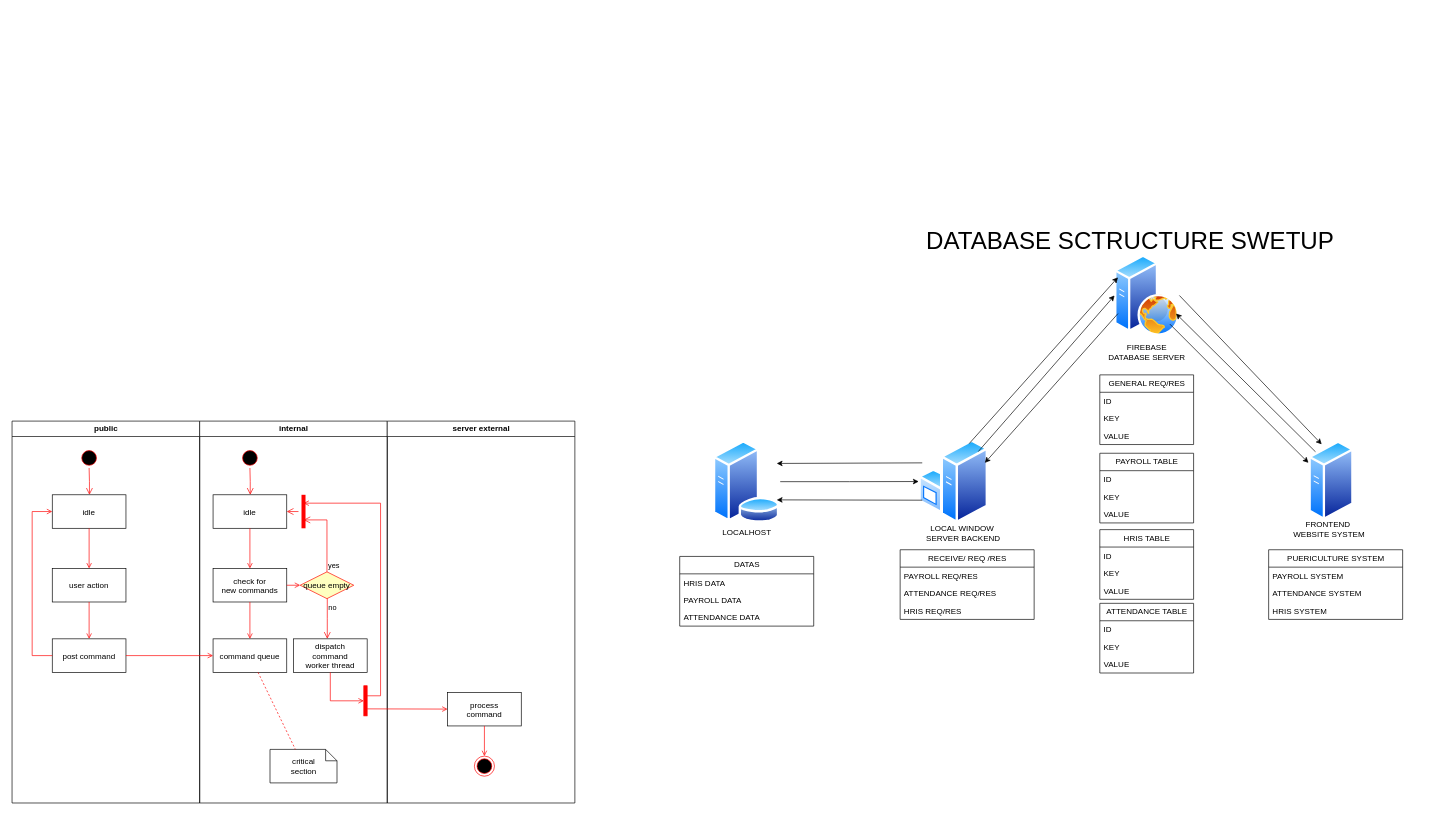
Before: ducuments/FLOWCHART/PUERICULTURE.drawio in ManCoders/puericulture-man, a draw.io diagram. Source tidied: cells renumbered, new cells numbered last; positions are measured from the earlier drawing's top-left corner, leaving out a move shared by most shapes. Both pictures are drawn from the tidied source at 67%, with x=0, y=0 at pixel (11, 221).
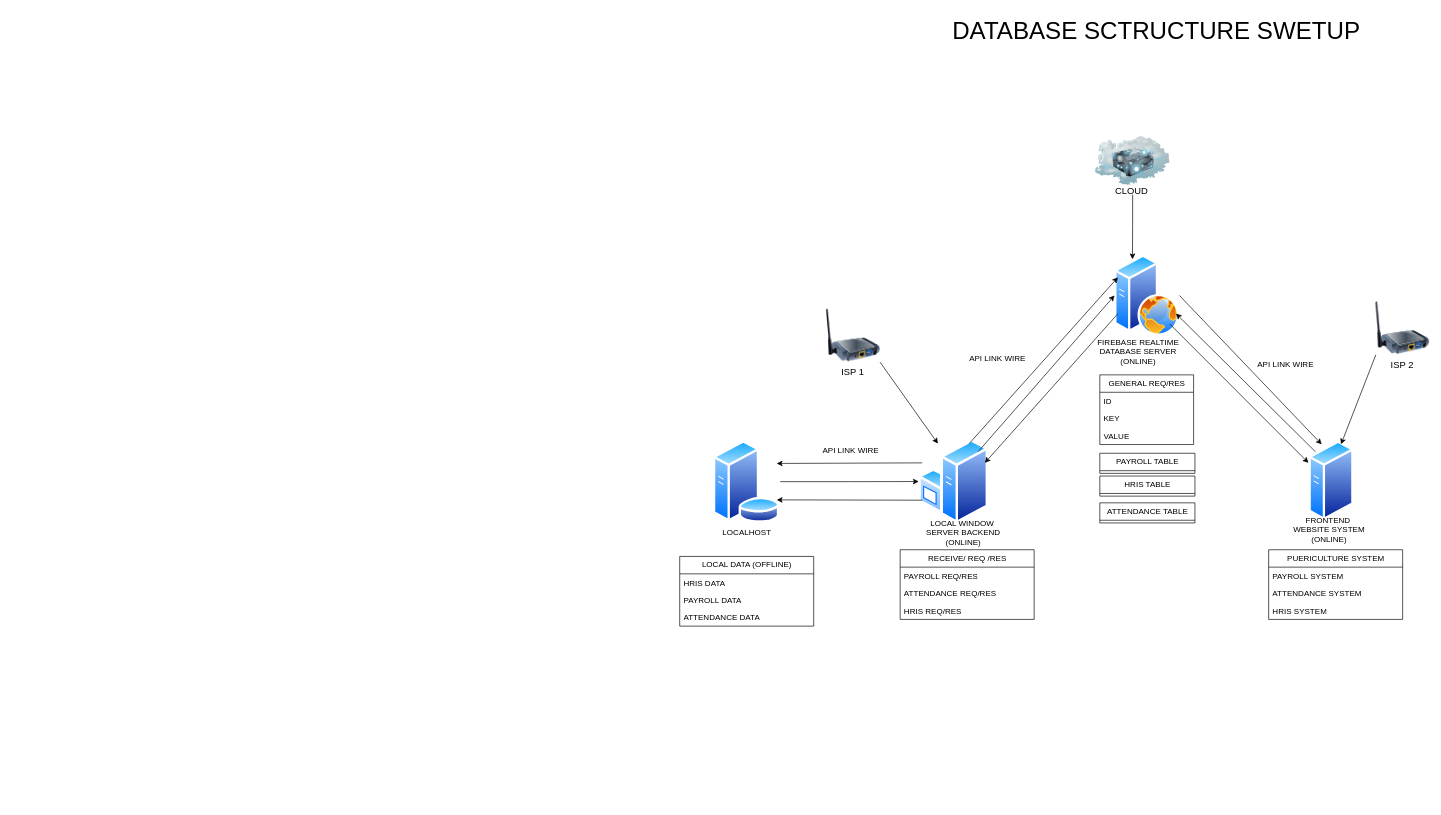
Above is the later version.

Unchanged cells that the change refers to:
```xml
<mxCell id="42" style="image;perimeter=ellipsePerimeter;html=1;align=center;shadow=0;dashed=0;spacingTop=3;image=img/lib/active_directory/web_server.svg;" parent="40" vertex="1">
  <mxGeometry width="96.8" height="121" as="geometry" />
</mxCell>
<mxCell id="44" style="image;perimeter=ellipsePerimeter;html=1;align=center;shadow=0;dashed=0;spacingTop=3;image=img/lib/active_directory/windows_server.svg;" parent="43" vertex="1">
  <mxGeometry width="104" height="126.8" as="geometry" />
</mxCell>
<mxCell id="47" style="image;perimeter=ellipsePerimeter;html=1;align=center;shadow=0;dashed=0;spacingTop=3;image=img/lib/active_directory/generic_server.svg;" parent="1" vertex="1">
  <mxGeometry x="1936" y="326.8" width="67.2" height="120" as="geometry" />
</mxCell>
```

The edit, as a diff of the source:
```diff
@@
-    <mxCell id="2" value="public" style="swimlane;whiteSpace=wrap;" parent="1" vertex="1">
-      <mxGeometry x="0.5" y="298" width="280" height="570" as="geometry" />
-    </mxCell>
-    <mxCell id="3" style="ellipse;shape=startState;fillColor=#000000;strokeColor=#ff0000;" parent="2" vertex="1">
-      <mxGeometry x="100" y="40" width="30" height="30" as="geometry" />
-    </mxCell>
-    <mxCell id="4" style="edgeStyle=elbowEdgeStyle;elbow=horizontal;verticalAlign=bottom;endArrow=open;endSize=8;strokeColor=#FF0000;endFill=1;rounded=0;" parent="2" edge="1" source="3" target="5">
-      <mxGeometry x="100" y="40" as="geometry" />
-    </mxCell>
-    <mxCell id="5" value="idle" parent="2" vertex="1">
-      <mxGeometry x="60" y="110" width="110" height="50" as="geometry" />
-    </mxCell>
-    <mxCell id="6" value="user action" parent="2" vertex="1">
-      <mxGeometry x="60" y="220" width="110" height="50" as="geometry" />
-    </mxCell>
-    <mxCell id="7" style="endArrow=open;strokeColor=#FF0000;endFill=1;rounded=0;" parent="2" edge="1" source="5" target="6">
-      <mxGeometry relative="1" as="geometry" />
-    </mxCell>
-    <mxCell id="8" value="post command" parent="2" vertex="1">
-      <mxGeometry x="60" y="325" width="110" height="50" as="geometry" />
-    </mxCell>
-    <mxCell id="9" style="endArrow=open;strokeColor=#FF0000;endFill=1;rounded=0;" parent="2" edge="1" source="6" target="8">
-      <mxGeometry relative="1" as="geometry" />
-    </mxCell>
-    <mxCell id="10" style="edgeStyle=elbowEdgeStyle;elbow=horizontal;strokeColor=#FF0000;endArrow=open;endFill=1;rounded=0;" parent="2" edge="1" source="8" target="5">
-      <mxGeometry relative="1" as="geometry">
-        <Array as="points">
-          <mxPoint x="30" y="250" />
-        </Array>
-      </mxGeometry>
-    </mxCell>
-    <mxCell id="11" value="internal" style="swimlane;whiteSpace=wrap;" parent="1" vertex="1">
-      <mxGeometry x="280.5" y="298" width="280" height="570" as="geometry" />
-    </mxCell>
-    <mxCell id="12" style="ellipse;shape=startState;fillColor=#000000;strokeColor=#ff0000;" parent="11" vertex="1">
-      <mxGeometry x="60" y="40" width="30" height="30" as="geometry" />
-    </mxCell>
-    <mxCell id="13" style="edgeStyle=elbowEdgeStyle;elbow=horizontal;verticalAlign=bottom;endArrow=open;endSize=8;strokeColor=#FF0000;endFill=1;rounded=0;" parent="11" edge="1" source="12" target="14">
-      <mxGeometry x="40" y="20" as="geometry" />
-    </mxCell>
-    <mxCell id="14" value="idle" parent="11" vertex="1">
-      <mxGeometry x="20" y="110" width="110" height="50" as="geometry" />
-    </mxCell>
-    <mxCell id="15" value="check for &#10;new commands" parent="11" vertex="1">
-      <mxGeometry x="20" y="220" width="110" height="50" as="geometry" />
-    </mxCell>
-    <mxCell id="16" style="endArrow=open;strokeColor=#FF0000;endFill=1;rounded=0;" parent="11" edge="1" source="14" target="15">
-      <mxGeometry relative="1" as="geometry" />
-    </mxCell>
-    <mxCell id="17" value="command queue" parent="11" vertex="1">
-      <mxGeometry x="20" y="325" width="110" height="50" as="geometry" />
-    </mxCell>
-    <mxCell id="18" style="endArrow=open;strokeColor=#FF0000;endFill=1;rounded=0;" parent="11" edge="1" source="15" target="17">
-      <mxGeometry relative="1" as="geometry" />
-    </mxCell>
-    <mxCell id="19" value="queue empty" style="rhombus;fillColor=#ffffc0;strokeColor=#ff0000;" parent="11" vertex="1">
-      <mxGeometry x="150" y="225" width="80" height="40" as="geometry" />
-    </mxCell>
-    <mxCell id="20" value="yes" style="edgeStyle=elbowEdgeStyle;elbow=horizontal;align=left;verticalAlign=bottom;endArrow=open;endSize=8;strokeColor=#FF0000;exitX=0.5;exitY=0;endFill=1;rounded=0;entryX=0.75;entryY=0.5;entryPerimeter=0;" parent="11" edge="1" source="19" target="23">
-      <mxGeometry x="-1" relative="1" as="geometry">
-        <Array as="points">
-          <mxPoint x="190" y="180" />
-        </Array>
-      </mxGeometry>
-    </mxCell>
-    <mxCell id="21" value="no" style="edgeStyle=elbowEdgeStyle;elbow=horizontal;align=left;verticalAlign=top;endArrow=open;endSize=8;strokeColor=#FF0000;endFill=1;rounded=0;" parent="11" edge="1" source="19" target="25">
-      <mxGeometry x="-1" relative="1" as="geometry" />
-    </mxCell>
-    <mxCell id="22" style="endArrow=open;strokeColor=#FF0000;endFill=1;rounded=0;" parent="11" edge="1" source="15" target="19">
-      <mxGeometry relative="1" as="geometry" />
-    </mxCell>
-    <mxCell id="23" style="shape=line;strokeWidth=6;strokeColor=#ff0000;rotation=90;" parent="11" vertex="1">
-      <mxGeometry x="130" y="127.5" width="50" height="15" as="geometry" />
-    </mxCell>
-    <mxCell id="24" style="edgeStyle=elbowEdgeStyle;elbow=horizontal;verticalAlign=bottom;endArrow=open;endSize=8;strokeColor=#FF0000;endFill=1;rounded=0;" parent="11" edge="1" source="23" target="14">
-      <mxGeometry x="130" y="90" as="geometry" />
-    </mxCell>
-    <mxCell id="25" value="dispatch&#10;command&#10;worker thread" parent="11" vertex="1">
-      <mxGeometry x="140" y="325" width="110" height="50" as="geometry" />
-    </mxCell>
-    <mxCell id="26" value="critical&#10;section" style="shape=note;whiteSpace=wrap;size=17;" parent="11" vertex="1">
-      <mxGeometry x="105" y="490" width="100" height="50" as="geometry" />
-    </mxCell>
-    <mxCell id="27" style="endArrow=none;strokeColor=#FF0000;endFill=0;rounded=0;dashed=1;" parent="11" edge="1" source="17" target="26">
-      <mxGeometry relative="1" as="geometry" />
-    </mxCell>
-    <mxCell id="28" style="whiteSpace=wrap;strokeColor=#FF0000;fillColor=#FF0000;" parent="11" vertex="1">
-      <mxGeometry x="245" y="395" width="5" height="45" as="geometry" />
-    </mxCell>
-    <mxCell id="29" style="edgeStyle=elbowEdgeStyle;elbow=horizontal;entryX=0;entryY=0.5;strokeColor=#FF0000;endArrow=open;endFill=1;rounded=0;" parent="11" edge="1" source="25" target="28">
-      <mxGeometry relative="1" as="geometry">
-        <Array as="points">
-          <mxPoint x="195" y="400" />
-        </Array>
-      </mxGeometry>
-    </mxCell>
-    <mxCell id="30" value="server external" style="swimlane;whiteSpace=wrap;" parent="1" vertex="1">
-      <mxGeometry x="560.5" y="298" width="280" height="570" as="geometry" />
-    </mxCell>
-    <mxCell id="31" value="process&#10;command" parent="30" vertex="1">
-      <mxGeometry x="90" y="405" width="110" height="50" as="geometry" />
-    </mxCell>
-    <mxCell id="32" style="edgeStyle=elbowEdgeStyle;elbow=horizontal;strokeColor=#FF0000;endArrow=open;endFill=1;rounded=0;entryX=0.25;entryY=0.5;entryPerimeter=0;" parent="30" edge="1" target="23">
-      <mxGeometry relative="1" as="geometry">
-        <mxPoint x="-30" y="410" as="sourcePoint" />
-        <Array as="points">
-          <mxPoint x="-10" y="135" />
-        </Array>
-      </mxGeometry>
-    </mxCell>
-    <mxCell id="33" style="edgeStyle=none;strokeColor=#FF0000;endArrow=open;endFill=1;rounded=0;" parent="30" edge="1" target="31">
-      <mxGeometry relative="1" as="geometry">
-        <mxPoint x="-30" y="429.5" as="sourcePoint" />
-      </mxGeometry>
-    </mxCell>
-    <mxCell id="34" style="ellipse;shape=endState;fillColor=#000000;strokeColor=#ff0000;" parent="30" vertex="1">
-      <mxGeometry x="130" y="500" width="30" height="30" as="geometry" />
-    </mxCell>
-    <mxCell id="35" style="endArrow=open;strokeColor=#FF0000;endFill=1;rounded=0;" parent="30" edge="1" source="31" target="34">
-      <mxGeometry relative="1" as="geometry" />
-    </mxCell>
-    <mxCell id="36" style="endArrow=open;strokeColor=#FF0000;endFill=1;rounded=0;" parent="1" edge="1" source="8" target="17">
-      <mxGeometry relative="1" as="geometry" />
-    </mxCell>
@@
     <mxCell id="40" style="group;" parent="1" vertex="1">
-      <mxGeometry x="1646" y="50" width="118.4" height="165" as="geometry" />
+      <mxGeometry x="1646" y="50" width="123.4" height="175" as="geometry" />
     </mxCell>
-    <mxCell id="41" value="FIREBASE&lt;div&gt;DATABASE SERVER&lt;/div&gt;" style="text;html=1;align=center;verticalAlign=middle;strokeColor=none;fillColor=none;" parent="40" vertex="1">
-      <mxGeometry x="-21.6" y="125" width="140" height="40" as="geometry" />
+    <mxCell id="41" value="FIREBASE REALTIME&lt;div&gt;DATABASE SERVER&lt;/div&gt;&lt;div&gt;(ONLINE)&lt;/div&gt;" style="text;html=1;align=center;verticalAlign=middle;strokeColor=none;fillColor=none;" parent="40" vertex="1">
+      <mxGeometry x="-40" y="115" width="150" height="60" as="geometry" />
     </mxCell>
@@
     <mxCell id="43" style="group;" parent="1" vertex="1">
-      <mxGeometry x="1353.7" y="324.8" width="131.4" height="160" as="geometry" />
+      <mxGeometry x="1353.7" y="324.8" width="131.4" height="170" as="geometry" />
     </mxCell>
@@
-    <mxCell id="45" value="LOCAL WINDOW&amp;nbsp;&lt;div&gt;SERVER&amp;nbsp;&lt;span style=&quot;background-color: transparent; color: light-dark(rgb(0, 0, 0), rgb(255, 255, 255));&quot;&gt;BACKEND&lt;/span&gt;&lt;/div&gt;" style="text;html=1;align=center;verticalAlign=middle;strokeColor=none;fillColor=none;" parent="43" vertex="1">
-      <mxGeometry x="1.4" y="120" width="130" height="40" as="geometry" />
+    <mxCell id="45" value="LOCAL WINDOW&amp;nbsp;&lt;div&gt;SERVER&amp;nbsp;&lt;span style=&quot;background-color: transparent; color: light-dark(rgb(0, 0, 0), rgb(255, 255, 255));&quot;&gt;BACKEND&lt;/span&gt;&lt;/div&gt;&lt;div&gt;&lt;span style=&quot;background-color: transparent; color: light-dark(rgb(0, 0, 0), rgb(255, 255, 255));&quot;&gt;(ONLINE)&lt;/span&gt;&lt;/div&gt;" style="text;html=1;align=center;verticalAlign=middle;strokeColor=none;fillColor=none;" parent="43" vertex="1">
+      <mxGeometry x="1.4" y="110" width="130" height="60" as="geometry" />
     </mxCell>
@@
-    <mxCell id="48" value="FRONTEND&amp;nbsp;&lt;div&gt;WEBSITE SYSTEM&lt;/div&gt;" style="text;html=1;align=center;verticalAlign=middle;strokeColor=none;fillColor=none;" parent="1" vertex="1">
-      <mxGeometry x="1901" y="440" width="130" height="40" as="geometry" />
+    <mxCell id="48" value="FRONTEND&amp;nbsp;&lt;div&gt;WEBSITE SYSTEM&lt;br&gt;(ONLINE)&lt;/div&gt;" style="text;html=1;align=center;verticalAlign=middle;strokeColor=none;fillColor=none;" parent="1" vertex="1">
+      <mxGeometry x="1901" y="430" width="130" height="60" as="geometry" />
     </mxCell>
@@
-    <mxCell id="68" value="PAYROLL TABLE" style="swimlane;fontStyle=0;horizontal=1;startSize=26;fillColor=none;html=1;" parent="1" vertex="1">
-      <mxGeometry x="1624" y="346" width="140" height="104" as="geometry" />
+    <mxCell id="68" value="PAYROLL TABLE" style="swimlane;fontStyle=0;horizontal=1;startSize=26;fillColor=none;html=1;" parent="1" vertex="1" collapsed="1">
+      <mxGeometry x="1624" y="346" width="142" height="30" as="geometry" />
     </mxCell>
-    <mxCell id="69" value="ID" style="text;strokeColor=none;fillColor=none;align=left;verticalAlign=top;spacingLeft=4;spacingRight=4;overflow=hidden;whiteSpace=wrap;html=1;" parent="68" vertex="1">
-      <mxGeometry y="26" width="140" height="26" as="geometry" />
-    </mxCell>
-    <mxCell id="70" value="KEY" style="text;strokeColor=none;fillColor=none;align=left;verticalAlign=top;spacingLeft=4;spacingRight=4;overflow=hidden;whiteSpace=wrap;html=1;" parent="68" vertex="1">
-      <mxGeometry y="52" width="140" height="26" as="geometry" />
-    </mxCell>
-    <mxCell id="71" value="VALUE" style="text;strokeColor=none;fillColor=none;align=left;verticalAlign=top;spacingLeft=4;spacingRight=4;overflow=hidden;whiteSpace=wrap;html=1;" parent="68" vertex="1">
-      <mxGeometry y="78" width="140" height="26" as="geometry" />
-    </mxCell>
-    <mxCell id="72" value="HRIS TABLE" style="swimlane;fontStyle=0;horizontal=1;startSize=26;fillColor=none;html=1;" parent="1" vertex="1">
-      <mxGeometry x="1624" y="460" width="140" height="104" as="geometry" />
+    <mxCell id="72" value="HRIS TABLE" style="swimlane;fontStyle=0;horizontal=1;startSize=26;fillColor=none;html=1;" parent="1" vertex="1" collapsed="1">
+      <mxGeometry x="1624" y="380" width="142" height="30" as="geometry" />
     </mxCell>
-    <mxCell id="73" value="ID" style="text;strokeColor=none;fillColor=none;align=left;verticalAlign=top;spacingLeft=4;spacingRight=4;overflow=hidden;whiteSpace=wrap;html=1;" parent="72" vertex="1">
-      <mxGeometry y="26" width="140" height="26" as="geometry" />
-    </mxCell>
-    <mxCell id="74" value="KEY" style="text;strokeColor=none;fillColor=none;align=left;verticalAlign=top;spacingLeft=4;spacingRight=4;overflow=hidden;whiteSpace=wrap;html=1;" parent="72" vertex="1">
-      <mxGeometry y="52" width="140" height="26" as="geometry" />
-    </mxCell>
-    <mxCell id="75" value="VALUE" style="text;strokeColor=none;fillColor=none;align=left;verticalAlign=top;spacingLeft=4;spacingRight=4;overflow=hidden;whiteSpace=wrap;html=1;" parent="72" vertex="1">
-      <mxGeometry y="78" width="140" height="26" as="geometry" />
-    </mxCell>
-    <mxCell id="76" value="ATTENDANCE TABLE" style="swimlane;fontStyle=0;horizontal=1;startSize=26;fillColor=none;html=1;" parent="1" vertex="1">
-      <mxGeometry x="1624" y="570" width="140" height="104" as="geometry" />
+    <mxCell id="76" value="ATTENDANCE TABLE" style="swimlane;fontStyle=0;horizontal=1;startSize=26;fillColor=none;html=1;" parent="1" vertex="1" collapsed="1">
+      <mxGeometry x="1624" y="420" width="142" height="30" as="geometry" />
     </mxCell>
-    <mxCell id="77" value="ID" style="text;strokeColor=none;fillColor=none;align=left;verticalAlign=top;spacingLeft=4;spacingRight=4;overflow=hidden;whiteSpace=wrap;html=1;" parent="76" vertex="1">
-      <mxGeometry y="26" width="140" height="26" as="geometry" />
-    </mxCell>
-    <mxCell id="78" value="KEY" style="text;strokeColor=none;fillColor=none;align=left;verticalAlign=top;spacingLeft=4;spacingRight=4;overflow=hidden;whiteSpace=wrap;html=1;" parent="76" vertex="1">
-      <mxGeometry y="52" width="140" height="26" as="geometry" />
-    </mxCell>
-    <mxCell id="79" value="VALUE" style="text;strokeColor=none;fillColor=none;align=left;verticalAlign=top;spacingLeft=4;spacingRight=4;overflow=hidden;whiteSpace=wrap;html=1;" parent="76" vertex="1">
-      <mxGeometry y="78" width="140" height="26" as="geometry" />
-    </mxCell>
-    <mxCell id="80" value="DATAS" style="swimlane;fontStyle=0;horizontal=1;startSize=26;fillColor=none;html=1;" parent="1" vertex="1">
+    <mxCell id="80" value="LOCAL DATA (OFFLINE)" style="swimlane;fontStyle=0;horizontal=1;startSize=26;fillColor=none;html=1;" parent="1" vertex="1">
       <mxGeometry x="997" y="500" width="200" height="104" as="geometry" />
     </mxCell>
@@
     <mxCell id="84" value="&lt;font style=&quot;font-size: 36px;&quot;&gt;DATABASE SCTRUCTURE SWETUP&lt;/font&gt;&lt;div&gt;&lt;br&gt;&lt;/div&gt;" style="text;html=1;align=center;verticalAlign=middle;strokeColor=none;fillColor=none;" parent="1" vertex="1">
-      <mxGeometry x="1353.7" width="630" height="70" as="geometry" />
+      <mxGeometry x="1392.7" y="-313" width="630" height="70" as="geometry" />
     </mxCell>
+    <mxCell id="85" value="API LINK WIRE" style="text;html=1;align=center;verticalAlign=middle;strokeColor=none;fillColor=none;" parent="1" vertex="1">
+      <mxGeometry x="1416" y="190" width="110" height="30" as="geometry" />
+    </mxCell>
+    <mxCell id="86" value="API LINK WIRE" style="text;html=1;align=center;verticalAlign=middle;strokeColor=none;fillColor=none;" parent="1" vertex="1">
+      <mxGeometry x="1846" y="199" width="110" height="30" as="geometry" />
+    </mxCell>
+    <mxCell id="87" value="API LINK WIRE" style="text;html=1;align=center;verticalAlign=middle;strokeColor=none;fillColor=none;" parent="1" vertex="1">
+      <mxGeometry x="1197" y="326.8" width="110" height="30" as="geometry" />
+    </mxCell>
+    <mxCell id="88" style="rounded=0;jettySize=auto;html=1;exitX=1;exitY=1;exitDx=0;exitDy=0;entryX=0.25;entryY=0;entryDx=0;entryDy=0;" parent="1" edge="1" source="90" target="44">
+      <mxGeometry relative="1" as="geometry" />
+    </mxCell>
+    <mxCell id="89" style="group;" parent="1" vertex="1">
+      <mxGeometry x="1216" y="130" width="80" height="110" as="geometry" />
+    </mxCell>
+    <mxCell id="90" style="image;html=1;image=img/lib/clip_art/networking/Print_Server_Wireless_128x128.png;" parent="89" vertex="1">
+      <mxGeometry width="80" height="80" as="geometry" />
+    </mxCell>
+    <mxCell id="91" value="&lt;font style=&quot;font-size: 14px;&quot;&gt;ISP 1&lt;/font&gt;" style="text;html=1;align=center;verticalAlign=middle;strokeColor=none;fillColor=none;" parent="89" vertex="1">
+      <mxGeometry x="9" y="80" width="60" height="30" as="geometry" />
+    </mxCell>
+    <mxCell id="92" style="group;" parent="1" vertex="1">
+      <mxGeometry x="2036" y="119" width="80" height="110" as="geometry" />
+    </mxCell>
+    <mxCell id="93" style="image;html=1;image=img/lib/clip_art/networking/Print_Server_Wireless_128x128.png;" parent="92" vertex="1">
+      <mxGeometry width="80" height="80" as="geometry" />
+    </mxCell>
+    <mxCell id="94" value="&lt;font style=&quot;font-size: 14px;&quot;&gt;ISP 2&lt;/font&gt;" style="text;html=1;align=center;verticalAlign=middle;strokeColor=none;fillColor=none;" parent="92" vertex="1">
+      <mxGeometry x="9" y="80" width="60" height="30" as="geometry" />
+    </mxCell>
+    <mxCell id="95" style="rounded=0;jettySize=auto;html=1;exitX=0;exitY=1;exitDx=0;exitDy=0;entryX=0.75;entryY=0;entryDx=0;entryDy=0;" parent="1" edge="1" source="93" target="47">
+      <mxGeometry relative="1" as="geometry" />
+    </mxCell>
+    <mxCell id="96" style="group;" parent="1" vertex="1">
+      <mxGeometry x="1617" y="-140" width="112" height="110" as="geometry" />
+    </mxCell>
+    <mxCell id="97" style="image;html=1;image=img/lib/clip_art/networking/Cloud_Server_128x128.png;" parent="96" vertex="1">
+      <mxGeometry width="112" height="100" as="geometry" />
+    </mxCell>
+    <mxCell id="98" value="&lt;font style=&quot;font-size: 14px;&quot;&gt;CLOUD&amp;nbsp;&lt;/font&gt;" style="text;html=1;align=center;verticalAlign=middle;strokeColor=none;fillColor=none;" parent="96" vertex="1">
+      <mxGeometry x="16" y="80" width="80" height="30" as="geometry" />
+    </mxCell>
+    <mxCell id="99" style="edgeStyle=orthogonalEdgeStyle;rounded=0;jettySize=auto;html=1;exitX=0.5;exitY=1;exitDx=0;exitDy=0;entryX=0.25;entryY=0;entryDx=0;entryDy=0;" parent="1" edge="1" source="97" target="42">
+      <mxGeometry relative="1" as="geometry" />
+    </mxCell>
```
